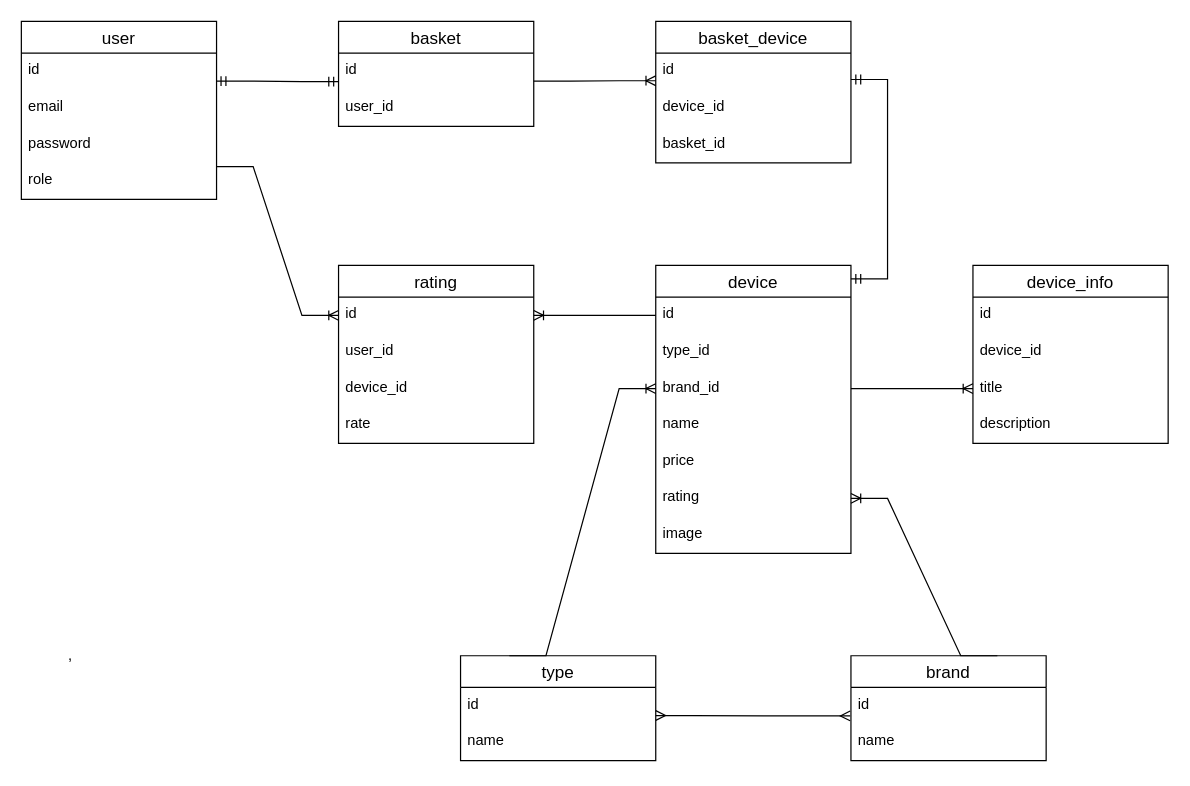
This is server/online_store_diagram.drawio from denvysotskyi/online_store_fullstack, a draw.io file, before an edit. Source tidied: cells renumbered, new cells numbered last; positions are measured from the earlier drawing's top-left corner, leaving out a move shared by most shapes. Both pictures are drawn from the tidied source at 122%, with x=0, y=0 at pixel (21, 21).
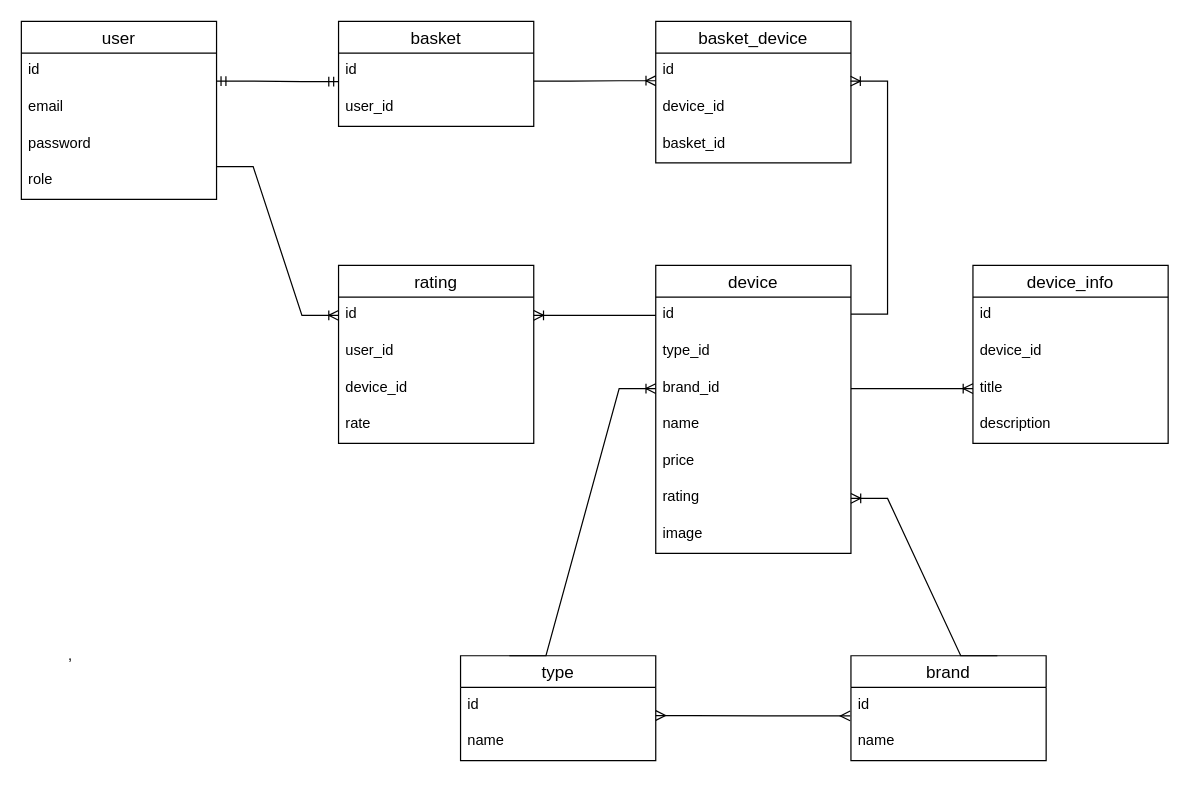
After the change.

Unchanged cells that the change refers to:
```xml
<mxCell id="35" value="id" style="text;strokeColor=none;fillColor=none;spacingLeft=4;spacingRight=4;overflow=hidden;points=[[0,0.5],[1,0.5]];portConstraint=eastwest;fontSize=12;" parent="34" vertex="1">
  <mxGeometry y="26" width="160" height="30" as="geometry" />
</mxCell>
```

What changed in the source:
```diff
@@
-    <mxCell id="39" style="edgeStyle=entityRelationEdgeStyle;fontSize=12;html=1;endArrow=ERmandOne;startArrow=ERmandOne;rounded=0;entryX=1;entryY=0.722;entryDx=0;entryDy=0;entryPerimeter=0;" parent="1" edge="1" target="35">
-      <mxGeometry relative="1" as="geometry">
-        <mxPoint x="680" y="211" as="sourcePoint" />
-      </mxGeometry>
-    </mxCell>
@@
+    <mxCell id="47" style="edgeStyle=entityRelationEdgeStyle;fontSize=12;html=1;endArrow=ERoneToMany;rounded=0;entryX=0.998;entryY=0.767;entryDx=0;entryDy=0;entryPerimeter=0;" parent="1" edge="1" target="35">
+      <mxGeometry relative="1" as="geometry">
+        <mxPoint x="680" y="240" as="sourcePoint" />
+      </mxGeometry>
+    </mxCell>
```
